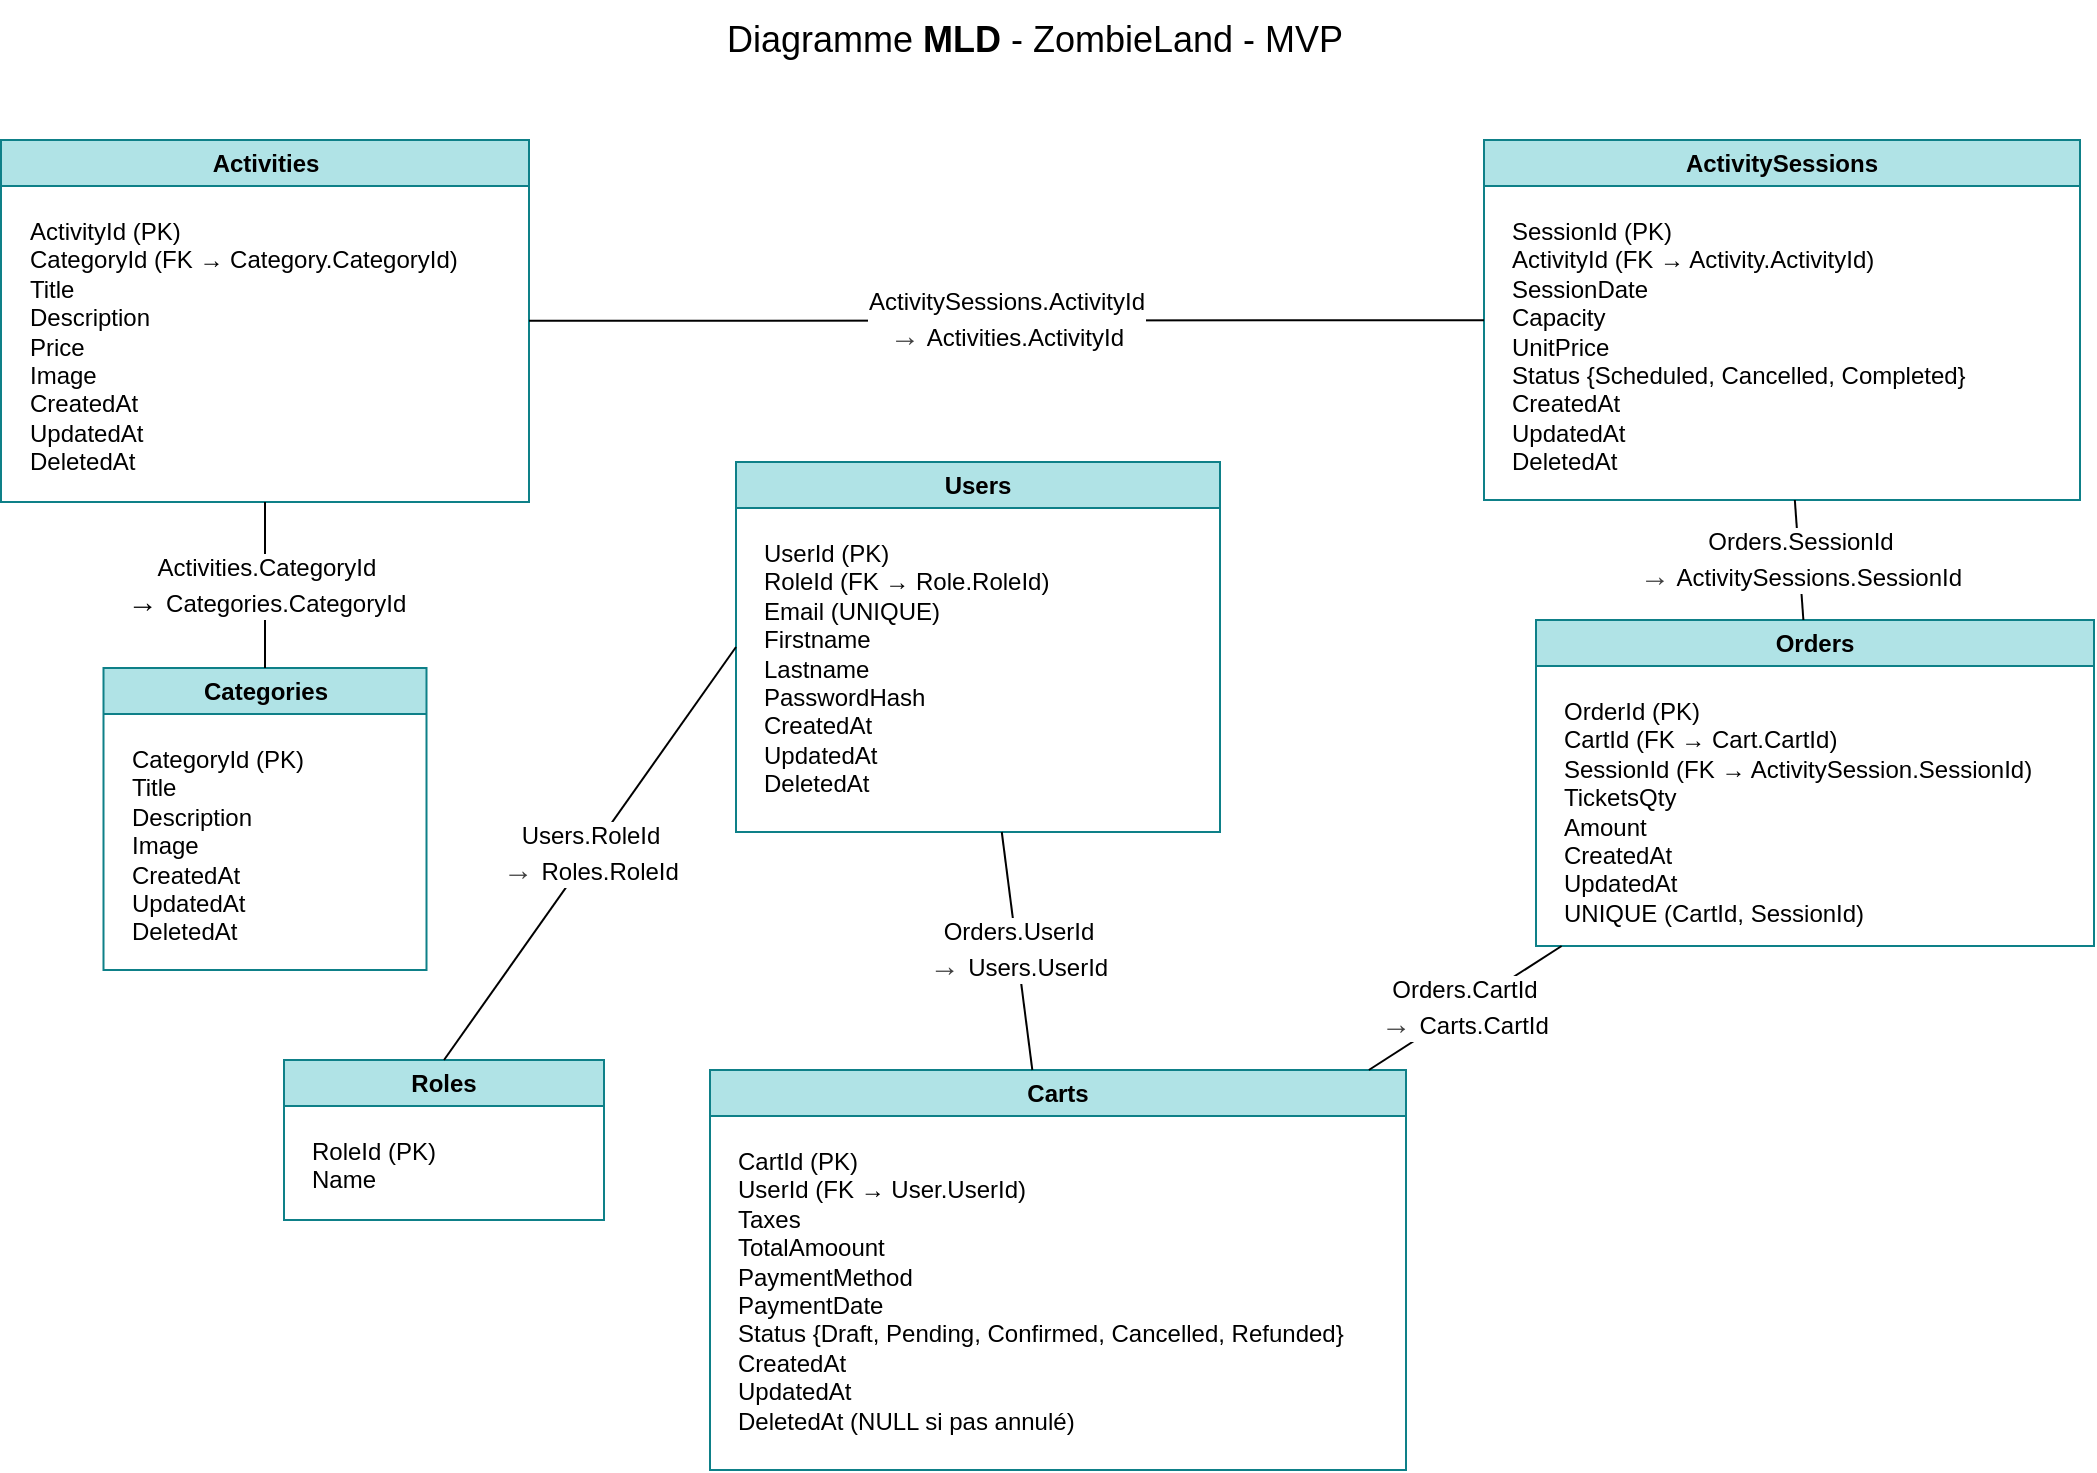
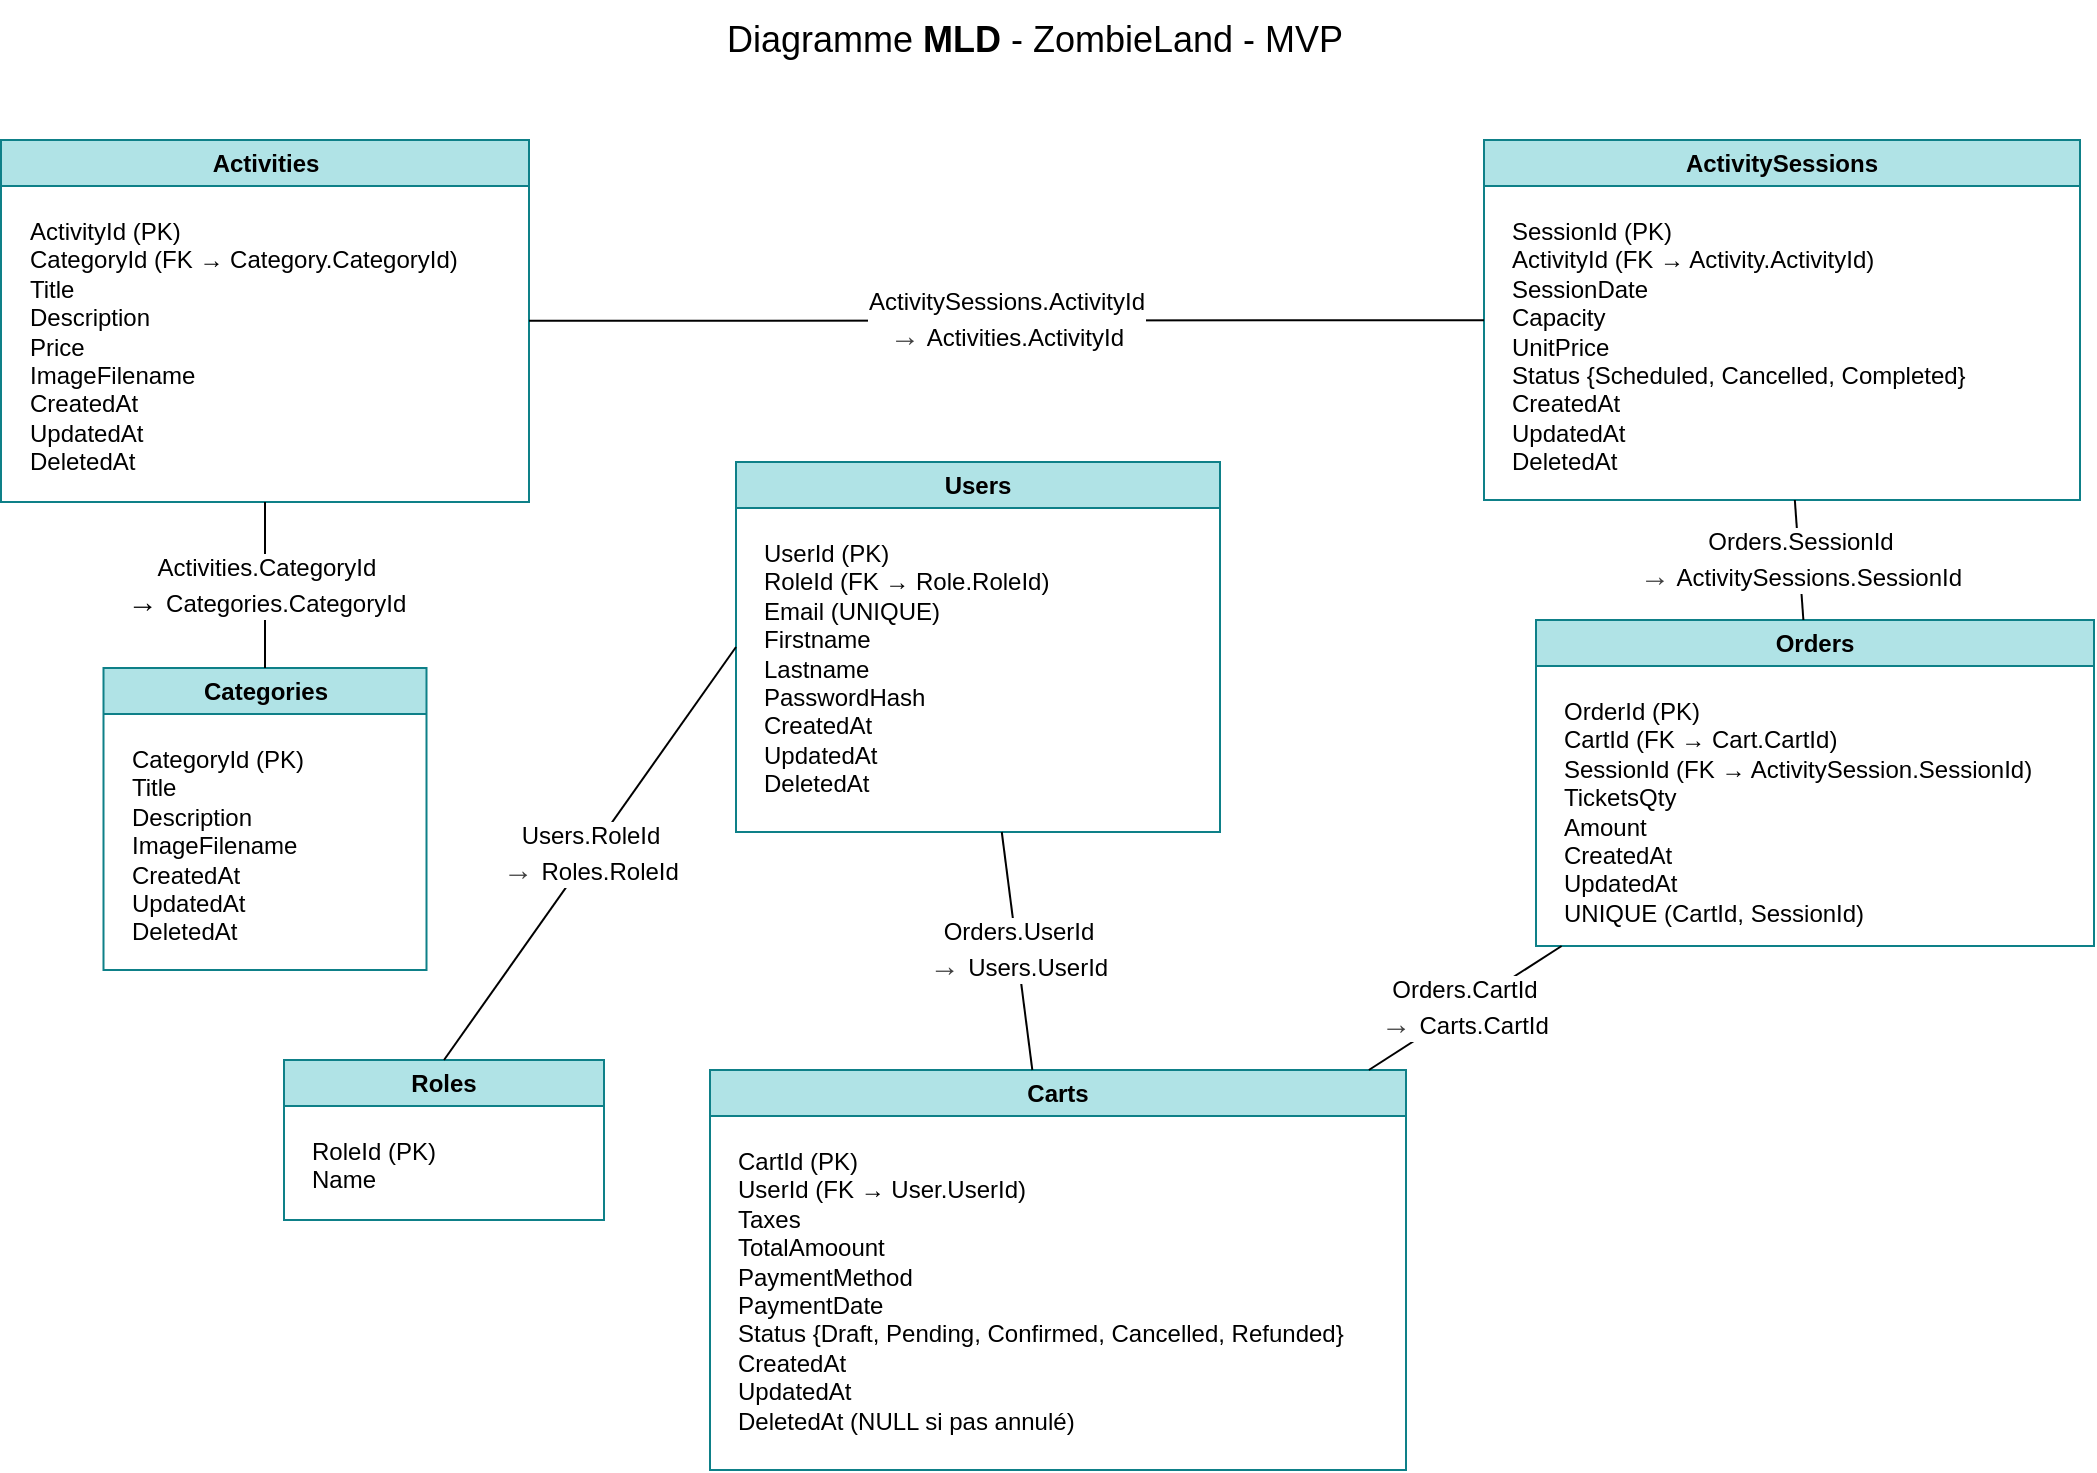
<mxfile host="65bd71144e" scale="1.2" border="20">
    <diagram id="fsbzk8zL0QScQSCVCOah" name="Page-1">
-         <mxGraphModel dx="1631" dy="793" grid="0" gridSize="10" guides="1" tooltips="1" connect="1" arrows="1" fold="1" page="1" pageScale="1" pageWidth="1169" pageHeight="827" background="#ffffff" math="0" shadow="0">
+         <mxGraphModel dx="1162" dy="922" grid="0" gridSize="10" guides="1" tooltips="1" connect="1" arrows="1" fold="1" page="1" pageScale="1" pageWidth="1169" pageHeight="827" background="#ffffff" math="0" shadow="0">
            <root>
                <mxCell id="0"/>
                <mxCell id="1" parent="0"/>
                <mxCell id="t0" value="&lt;span style=&quot;font-weight: normal;&quot;&gt;Diagramme &lt;/span&gt;MLD &lt;span style=&quot;font-weight: normal;&quot;&gt;- ZombieLand - MVP&lt;/span&gt;" style="text;strokeColor=none;fillColor=none;html=1;fontSize=18;fontStyle=1;verticalAlign=middle;align=center;fontColor=#000000;fontFamily=Helvetica;" parent="1" vertex="1">
                    <mxGeometry x="360" y="40" width="450" height="40" as="geometry"/>
                </mxCell>
                <mxCell id="c_tbl" value="Categories" style="swimlane;whiteSpace=wrap;html=1;fillColor=#b0e3e6;shadow=0;rounded=0;swimlaneLine=1;fontStyle=1;fontSize=12;align=center;fontFamily=Helvetica;strokeColor=#0e8088;" parent="1" vertex="1">
                    <mxGeometry x="119.75" y="374" width="161.5" height="151" as="geometry"/>
                </mxCell>
-                 <mxCell id="c_cols" value="&lt;div&gt;&lt;font style=&quot;color: light-dark(rgb(0, 0, 0), rgb(0, 0, 0));&quot;&gt;CategoryId (PK)&lt;/font&gt;&lt;/div&gt;&lt;div&gt;&lt;font style=&quot;color: light-dark(rgb(0, 0, 0), rgb(0, 0, 0));&quot;&gt;Title&lt;/font&gt;&lt;/div&gt;&lt;div&gt;&lt;font style=&quot;color: light-dark(rgb(0, 0, 0), rgb(0, 0, 0));&quot;&gt;Description&lt;/font&gt;&lt;/div&gt;&lt;div&gt;&lt;font style=&quot;color: light-dark(rgb(0, 0, 0), rgb(0, 0, 0));&quot;&gt;Image&lt;/font&gt;&lt;/div&gt;&lt;div&gt;&lt;div style=&quot;color: rgb(63, 63, 63); scrollbar-color: rgb(226, 226, 226) rgb(251, 251, 251);&quot;&gt;&lt;font style=&quot;scrollbar-color: rgb(226, 226, 226) rgb(251, 251, 251); color: rgb(0, 0, 0);&quot;&gt;CreatedAt&amp;nbsp;&amp;nbsp;&lt;/font&gt;&lt;/div&gt;&lt;div style=&quot;color: rgb(63, 63, 63); scrollbar-color: rgb(226, 226, 226) rgb(251, 251, 251);&quot;&gt;&lt;font style=&quot;scrollbar-color: rgb(226, 226, 226) rgb(251, 251, 251); color: rgb(0, 0, 0);&quot;&gt;UpdatedAt&amp;nbsp;&amp;nbsp;&lt;/font&gt;&lt;/div&gt;&lt;div style=&quot;color: rgb(63, 63, 63); scrollbar-color: rgb(226, 226, 226) rgb(251, 251, 251);&quot;&gt;&lt;font style=&quot;scrollbar-color: rgb(226, 226, 226) rgb(251, 251, 251); color: rgb(0, 0, 0);&quot;&gt;DeletedAt&lt;/font&gt;&lt;/div&gt;&lt;/div&gt;" style="text;html=1;align=left;verticalAlign=top;resizable=0;points=[];autosize=1;strokeColor=none;fillColor=none;spacing=4;spacingTop=0;spacingLeft=0;horizontal=1;fontColor=#000000;fontSize=12;fontFamily=Helvetica;" parent="c_tbl" vertex="1">
+                 <mxCell id="c_cols" value="&lt;div&gt;&lt;font style=&quot;color: light-dark(rgb(0, 0, 0), rgb(0, 0, 0));&quot;&gt;CategoryId (PK)&lt;/font&gt;&lt;/div&gt;&lt;div&gt;&lt;font style=&quot;color: light-dark(rgb(0, 0, 0), rgb(0, 0, 0));&quot;&gt;Title&lt;/font&gt;&lt;/div&gt;&lt;div&gt;&lt;font style=&quot;color: light-dark(rgb(0, 0, 0), rgb(0, 0, 0));&quot;&gt;Description&lt;/font&gt;&lt;/div&gt;&lt;div&gt;&lt;span style=&quot;color: rgb(0, 0, 0);&quot;&gt;ImageFilename&lt;/span&gt;&lt;/div&gt;&lt;div&gt;&lt;div style=&quot;color: rgb(63, 63, 63); scrollbar-color: rgb(226, 226, 226) rgb(251, 251, 251);&quot;&gt;&lt;font style=&quot;scrollbar-color: rgb(226, 226, 226) rgb(251, 251, 251); color: rgb(0, 0, 0);&quot;&gt;CreatedAt&amp;nbsp;&amp;nbsp;&lt;/font&gt;&lt;/div&gt;&lt;div style=&quot;color: rgb(63, 63, 63); scrollbar-color: rgb(226, 226, 226) rgb(251, 251, 251);&quot;&gt;&lt;font style=&quot;scrollbar-color: rgb(226, 226, 226) rgb(251, 251, 251); color: rgb(0, 0, 0);&quot;&gt;UpdatedAt&amp;nbsp;&amp;nbsp;&lt;/font&gt;&lt;/div&gt;&lt;div style=&quot;color: rgb(63, 63, 63); scrollbar-color: rgb(226, 226, 226) rgb(251, 251, 251);&quot;&gt;&lt;font style=&quot;scrollbar-color: rgb(226, 226, 226) rgb(251, 251, 251); color: rgb(0, 0, 0);&quot;&gt;DeletedAt&lt;/font&gt;&lt;/div&gt;&lt;/div&gt;" style="text;html=1;align=left;verticalAlign=top;resizable=0;points=[];autosize=1;strokeColor=none;fillColor=none;spacing=4;spacingTop=0;spacingLeft=0;horizontal=1;fontColor=#000000;fontSize=12;fontFamily=Helvetica;" parent="c_tbl" vertex="1">
                    <mxGeometry x="10" y="30" width="106" height="115" as="geometry"/>
                </mxCell>
                <mxCell id="a_tbl" value="Activities" style="swimlane;whiteSpace=wrap;html=1;fillColor=#b0e3e6;shadow=0;rounded=0;swimlaneLine=1;fontStyle=1;fontSize=12;align=center;fontFamily=Helvetica;strokeColor=#0e8088;" parent="1" vertex="1">
                    <mxGeometry x="68.5" y="110" width="264" height="181" as="geometry"/>
                </mxCell>
-                 <mxCell id="a_cols" value="&lt;div&gt;&lt;font style=&quot;color: rgb(0, 0, 0);&quot;&gt;ActivityId (PK)&lt;/font&gt;&lt;/div&gt;&lt;div&gt;&lt;font style=&quot;color: rgb(0, 0, 0);&quot;&gt;CategoryId (FK → Category.CategoryId)&lt;/font&gt;&lt;/div&gt;&lt;div&gt;&lt;font style=&quot;color: rgb(0, 0, 0);&quot;&gt;Title&lt;/font&gt;&lt;/div&gt;&lt;div&gt;&lt;font style=&quot;color: rgb(0, 0, 0);&quot;&gt;Description&lt;/font&gt;&lt;/div&gt;&lt;div&gt;&lt;font style=&quot;color: rgb(0, 0, 0);&quot;&gt;Price&lt;/font&gt;&lt;/div&gt;&lt;div&gt;&lt;font style=&quot;color: rgb(0, 0, 0);&quot;&gt;Image&lt;/font&gt;&lt;/div&gt;&lt;div&gt;&lt;font style=&quot;color: rgb(0, 0, 0);&quot;&gt;CreatedAt&lt;/font&gt;&lt;/div&gt;&lt;div&gt;&lt;font style=&quot;color: rgb(0, 0, 0);&quot;&gt;UpdatedAt&lt;/font&gt;&lt;/div&gt;&lt;div&gt;&lt;font style=&quot;color: rgb(0, 0, 0);&quot;&gt;DeletedAt&lt;/font&gt;&lt;/div&gt;" style="text;html=1;align=left;verticalAlign=top;resizable=0;points=[];autosize=1;strokeColor=none;fillColor=none;spacing=4;spacingTop=0;spacingLeft=0;horizontal=1;fontColor=#000000;fontSize=12;fontFamily=Helvetica;" parent="a_tbl" vertex="1">
+                 <mxCell id="a_cols" value="&lt;div&gt;&lt;font style=&quot;color: rgb(0, 0, 0);&quot;&gt;ActivityId (PK)&lt;/font&gt;&lt;/div&gt;&lt;div&gt;&lt;font style=&quot;color: rgb(0, 0, 0);&quot;&gt;CategoryId (FK → Category.CategoryId)&lt;/font&gt;&lt;/div&gt;&lt;div&gt;&lt;font style=&quot;color: rgb(0, 0, 0);&quot;&gt;Title&lt;/font&gt;&lt;/div&gt;&lt;div&gt;&lt;font style=&quot;color: rgb(0, 0, 0);&quot;&gt;Description&lt;/font&gt;&lt;/div&gt;&lt;div&gt;&lt;font style=&quot;color: rgb(0, 0, 0);&quot;&gt;Price&lt;/font&gt;&lt;/div&gt;&lt;div&gt;&lt;font style=&quot;color: rgb(0, 0, 0);&quot;&gt;ImageFilename&lt;/font&gt;&lt;/div&gt;&lt;div&gt;&lt;font style=&quot;color: rgb(0, 0, 0);&quot;&gt;CreatedAt&lt;/font&gt;&lt;/div&gt;&lt;div&gt;&lt;font style=&quot;color: rgb(0, 0, 0);&quot;&gt;UpdatedAt&lt;/font&gt;&lt;/div&gt;&lt;div&gt;&lt;font style=&quot;color: rgb(0, 0, 0);&quot;&gt;DeletedAt&lt;/font&gt;&lt;/div&gt;" style="text;html=1;align=left;verticalAlign=top;resizable=0;points=[];autosize=1;strokeColor=none;fillColor=none;spacing=4;spacingTop=0;spacingLeft=0;horizontal=1;fontColor=#000000;fontSize=12;fontFamily=Helvetica;" parent="a_tbl" vertex="1">
                    <mxGeometry x="10" y="30" width="234" height="144" as="geometry"/>
                </mxCell>
                <mxCell id="s_tbl" value="ActivitySessions" style="swimlane;whiteSpace=wrap;html=1;fillColor=#b0e3e6;shadow=0;rounded=0;swimlaneLine=1;fontStyle=1;fontSize=12;align=center;fontFamily=Helvetica;strokeColor=#0e8088;" parent="1" vertex="1">
                    <mxGeometry x="810" y="110" width="298" height="180" as="geometry"/>
                </mxCell>
                <mxCell id="s_cols" value="&lt;div&gt;&lt;font color=&quot;#000000&quot;&gt;SessionId (PK)&lt;/font&gt;&lt;/div&gt;&lt;div&gt;&lt;font color=&quot;#000000&quot;&gt;ActivityId (FK → Activity.ActivityId)&lt;/font&gt;&lt;/div&gt;&lt;div&gt;&lt;font color=&quot;#000000&quot;&gt;SessionDate&lt;/font&gt;&lt;/div&gt;&lt;div&gt;&lt;font color=&quot;#000000&quot;&gt;Capacity&lt;/font&gt;&lt;/div&gt;&lt;div&gt;&lt;font color=&quot;#000000&quot;&gt;UnitPrice&lt;/font&gt;&lt;/div&gt;&lt;div&gt;&lt;font color=&quot;#000000&quot;&gt;Status {Scheduled, Cancelled, Completed}&lt;/font&gt;&lt;/div&gt;&lt;div&gt;&lt;div style=&quot;color: rgb(63, 63, 63); scrollbar-color: rgb(226, 226, 226) rgb(251, 251, 251);&quot;&gt;&lt;font style=&quot;scrollbar-color: rgb(226, 226, 226) rgb(251, 251, 251); color: rgb(0, 0, 0);&quot;&gt;CreatedAt&lt;/font&gt;&lt;/div&gt;&lt;div style=&quot;color: rgb(63, 63, 63); scrollbar-color: rgb(226, 226, 226) rgb(251, 251, 251);&quot;&gt;&lt;font style=&quot;scrollbar-color: rgb(226, 226, 226) rgb(251, 251, 251); color: rgb(0, 0, 0);&quot;&gt;UpdatedAt&lt;/font&gt;&lt;/div&gt;&lt;div style=&quot;color: rgb(63, 63, 63); scrollbar-color: rgb(226, 226, 226) rgb(251, 251, 251);&quot;&gt;&lt;font style=&quot;scrollbar-color: rgb(226, 226, 226) rgb(251, 251, 251); color: rgb(0, 0, 0);&quot;&gt;DeletedAt&lt;/font&gt;&lt;/div&gt;&lt;/div&gt;" style="text;html=1;align=left;verticalAlign=top;resizable=0;points=[];autosize=1;strokeColor=none;fillColor=none;spacing=4;spacingTop=0;spacingLeft=0;horizontal=1;fontColor=#000000;fontSize=12;fontFamily=Helvetica;" parent="s_tbl" vertex="1">
                    <mxGeometry x="10" y="30" width="247" height="144" as="geometry"/>
                </mxCell>
                <mxCell id="o_tbl" value="Carts" style="swimlane;whiteSpace=wrap;html=1;fillColor=#b0e3e6;shadow=0;rounded=0;swimlaneLine=1;fontStyle=1;fontSize=12;align=center;fontFamily=Helvetica;strokeColor=#0e8088;" parent="1" vertex="1">
                    <mxGeometry x="423" y="575" width="348" height="200" as="geometry"/>
                </mxCell>
                <mxCell id="o_cols" value="&lt;div&gt;&lt;font color=&quot;#000000&quot;&gt;CartId (PK)&lt;/font&gt;&lt;/div&gt;&lt;div&gt;&lt;font color=&quot;#000000&quot;&gt;UserId (FK → User.UserId)&lt;/font&gt;&lt;/div&gt;&lt;div&gt;&lt;span style=&quot;background-color: transparent;&quot;&gt;Taxes&lt;/span&gt;&lt;/div&gt;&lt;div&gt;&lt;font color=&quot;#000000&quot;&gt;TotalAmoount&lt;/font&gt;&lt;/div&gt;&lt;div&gt;&lt;font color=&quot;#000000&quot;&gt;PaymentMethod&lt;/font&gt;&lt;/div&gt;&lt;div&gt;&lt;font color=&quot;#000000&quot;&gt;PaymentDate&lt;/font&gt;&lt;/div&gt;&lt;div&gt;&lt;font color=&quot;#000000&quot;&gt;Status {Draft, Pending, Confirmed, Cancelled, Refunded}&lt;/font&gt;&lt;/div&gt;&lt;div&gt;&lt;font color=&quot;#000000&quot;&gt;CreatedAt&lt;/font&gt;&lt;/div&gt;&lt;div&gt;&lt;font color=&quot;#000000&quot;&gt;UpdatedAt&lt;/font&gt;&lt;/div&gt;&lt;div&gt;&lt;font color=&quot;#000000&quot;&gt;DeletedAt (NULL si pas annulé)&lt;/font&gt;&lt;/div&gt;" style="text;html=1;align=left;verticalAlign=top;resizable=0;points=[];autosize=1;strokeColor=none;fillColor=none;spacing=4;spacingTop=0;spacingLeft=0;horizontal=1;fontColor=#000000;fontSize=12;fontFamily=Helvetica;" parent="o_tbl" vertex="1">
                    <mxGeometry x="10" y="30" width="323" height="158" as="geometry"/>
                </mxCell>
                <mxCell id="ol_tbl" value="Orders" style="swimlane;whiteSpace=wrap;html=1;fillColor=#b0e3e6;shadow=0;rounded=0;swimlaneLine=1;fontStyle=1;fontSize=12;align=center;fontFamily=Helvetica;strokeColor=#0e8088;" parent="1" vertex="1">
                    <mxGeometry x="836" y="350" width="279" height="163" as="geometry"/>
                </mxCell>
                <mxCell id="ol_cols" value="&lt;div&gt;&lt;font color=&quot;#000000&quot;&gt;OrderId (PK)&lt;/font&gt;&lt;/div&gt;&lt;div&gt;&lt;font color=&quot;#000000&quot;&gt;CartId (FK → Cart.CartId)&lt;/font&gt;&lt;/div&gt;&lt;div&gt;&lt;font color=&quot;#000000&quot;&gt;SessionId (FK → ActivitySession.SessionId)&lt;/font&gt;&lt;/div&gt;&lt;div&gt;&lt;font color=&quot;#000000&quot;&gt;TicketsQty&lt;/font&gt;&lt;/div&gt;&lt;div&gt;&lt;font color=&quot;#000000&quot;&gt;Amount&lt;/font&gt;&lt;/div&gt;&lt;div&gt;&lt;font color=&quot;#000000&quot;&gt;CreatedAt&lt;/font&gt;&lt;/div&gt;&lt;div&gt;&lt;font color=&quot;#000000&quot;&gt;UpdatedAt&lt;/font&gt;&lt;/div&gt;&lt;div&gt;&lt;font color=&quot;#000000&quot;&gt;UNIQUE (CartId, SessionId)&lt;/font&gt;&lt;/div&gt;" style="text;html=1;align=left;verticalAlign=top;resizable=0;points=[];autosize=1;strokeColor=none;fillColor=none;spacing=4;spacingTop=0;spacingLeft=0;horizontal=1;fontColor=#000000;fontSize=12;fontFamily=Helvetica;" parent="ol_tbl" vertex="1">
                    <mxGeometry x="10" y="30" width="254" height="129" as="geometry"/>
                </mxCell>
                <mxCell id="e_act_cat" value="Activities.CategoryId &lt;br&gt;&lt;b&gt;&lt;font style=&quot;font-size: 15px;&quot;&gt;→ &lt;/font&gt;&lt;/b&gt;Categories.CategoryId" style="endArrow=none;html=1;strokeWidth=1;rounded=0;fontColor=#000000;fontFamily=Helvetica;fontSize=12;" parent="1" source="a_tbl" target="c_tbl" edge="1">
                    <mxGeometry relative="1" as="geometry">
                        <mxPoint x="401" y="430" as="sourcePoint"/>
                        <mxPoint x="361" y="480" as="targetPoint"/>
                    </mxGeometry>
                </mxCell>
                <mxCell id="e_sess_act" value="ActivitySessions.ActivityId &lt;br&gt;&lt;b style=&quot;color: rgb(63, 63, 63); scrollbar-color: rgb(226, 226, 226) rgb(251, 251, 251);&quot;&gt;&lt;font style=&quot;color: rgb(63, 63, 63); scrollbar-color: rgb(226, 226, 226) rgb(251, 251, 251); font-size: 15px;&quot;&gt;→&lt;/font&gt;&lt;/b&gt;&amp;nbsp;Activities.ActivityId" style="endArrow=none;html=1;strokeWidth=1;rounded=0;fontColor=#000000;fontFamily=Helvetica;fontSize=12;" parent="1" source="s_tbl" target="a_tbl" edge="1">
                    <mxGeometry relative="1" as="geometry">
                        <mxPoint x="791" y="350" as="sourcePoint"/>
                        <mxPoint x="741" y="390" as="targetPoint"/>
                    </mxGeometry>
                </mxCell>
                <mxCell id="e_ol_order" value="Orders.CartId&lt;br&gt;&lt;b style=&quot;color: rgb(63, 63, 63); scrollbar-color: rgb(226, 226, 226) rgb(251, 251, 251);&quot;&gt;&lt;font style=&quot;color: rgb(63, 63, 63); scrollbar-color: rgb(226, 226, 226) rgb(251, 251, 251); font-size: 15px;&quot;&gt;→&amp;nbsp;&lt;/font&gt;&lt;/b&gt;Carts.CartId" style="endArrow=none;html=1;strokeWidth=1;rounded=0;fontColor=#000000;fontFamily=Helvetica;fontSize=12;" parent="1" source="ol_tbl" target="o_tbl" edge="1">
                    <mxGeometry relative="1" as="geometry">
                        <mxPoint x="561" y="570" as="sourcePoint"/>
                        <mxPoint x="561" y="320" as="targetPoint"/>
                    </mxGeometry>
                </mxCell>
                <mxCell id="e_ol_sess" value="Orders.SessionId &lt;br&gt;&lt;b style=&quot;color: rgb(63, 63, 63); scrollbar-color: rgb(226, 226, 226) rgb(251, 251, 251);&quot;&gt;&lt;font style=&quot;color: rgb(63, 63, 63); scrollbar-color: rgb(226, 226, 226) rgb(251, 251, 251); font-size: 15px;&quot;&gt;→&lt;/font&gt;&lt;/b&gt;&amp;nbsp;ActivitySessions.SessionId" style="endArrow=none;html=1;strokeWidth=1;rounded=0;fontColor=#000000;fontFamily=Helvetica;fontSize=12;" parent="1" source="ol_tbl" target="s_tbl" edge="1">
                    <mxGeometry relative="1" as="geometry">
                        <mxPoint x="821" y="610" as="sourcePoint"/>
                        <mxPoint x="971" y="500" as="targetPoint"/>
                    </mxGeometry>
                </mxCell>
                <mxCell id="u_tbl" value="Users" style="swimlane;whiteSpace=wrap;html=1;fillColor=#b0e3e6;shadow=0;rounded=0;swimlaneLine=1;fontStyle=1;fontSize=12;align=center;fontFamily=Helvetica;strokeColor=#0e8088;" parent="1" vertex="1">
                    <mxGeometry x="436" y="271" width="242" height="185" as="geometry"/>
                </mxCell>
                <mxCell id="u_cols" value="UserId (PK) &amp;nbsp;&lt;br&gt;RoleId (FK → Role.RoleId) &amp;nbsp;&lt;br&gt;Email (UNIQUE) &amp;nbsp;&lt;br&gt;Firstname &amp;nbsp;&lt;br&gt;Lastname &amp;nbsp;&lt;br&gt;PasswordHash &amp;nbsp;&lt;br&gt;CreatedAt &amp;nbsp;&lt;br&gt;UpdatedAt &amp;nbsp;&lt;br&gt;DeletedAt" style="text;html=1;align=left;verticalAlign=top;resizable=0;points=[];autosize=1;strokeColor=none;fillColor=none;spacing=4;spacingTop=0;spacingLeft=0;horizontal=1;fontColor=#000000;fontSize=12;fontFamily=Helvetica;" parent="u_tbl" vertex="1">
                    <mxGeometry x="10" y="30" width="169" height="144" as="geometry"/>
                </mxCell>
                <mxCell id="e_order_user" value="Orders.UserId &lt;br&gt;&lt;b style=&quot;color: rgb(63, 63, 63); scrollbar-color: rgb(226, 226, 226) rgb(251, 251, 251);&quot;&gt;&lt;font style=&quot;color: rgb(63, 63, 63); scrollbar-color: rgb(226, 226, 226) rgb(251, 251, 251); font-size: 15px;&quot;&gt;→&amp;nbsp;&lt;/font&gt;&lt;/b&gt;Users.UserId" style="endArrow=none;html=1;strokeWidth=1;rounded=0;fontColor=#000000;fontFamily=Helvetica;fontSize=12;" parent="1" source="o_tbl" target="u_tbl" edge="1">
                    <mxGeometry relative="1" as="geometry">
                        <mxPoint x="291" y="480" as="sourcePoint"/>
                        <mxPoint x="111" y="480" as="targetPoint"/>
                    </mxGeometry>
                </mxCell>
                <mxCell id="2" value="Roles" style="swimlane;whiteSpace=wrap;html=1;fillColor=#b0e3e6;shadow=0;rounded=0;swimlaneLine=1;fontStyle=1;fontSize=12;align=center;fontFamily=Helvetica;strokeColor=#0e8088;" parent="1" vertex="1">
                    <mxGeometry x="210" y="570" width="160" height="80" as="geometry"/>
                </mxCell>
                <mxCell id="3" value="RoleId (PK) &amp;nbsp;&lt;br&gt;Name" style="text;html=1;align=left;verticalAlign=top;resizable=0;points=[];autosize=1;strokeColor=none;fillColor=none;spacing=4;spacingTop=0;spacingLeft=0;horizontal=1;fontColor=#000000;fontSize=12;fontFamily=Helvetica;" parent="2" vertex="1">
                    <mxGeometry x="10" y="30" width="89" height="43" as="geometry"/>
                </mxCell>
                <mxCell id="4" value="Users.RoleId &lt;br&gt;&lt;b style=&quot;color: rgb(63, 63, 63); scrollbar-color: rgb(226, 226, 226) rgb(251, 251, 251);&quot;&gt;&lt;font style=&quot;color: rgb(63, 63, 63); scrollbar-color: rgb(226, 226, 226) rgb(251, 251, 251); font-size: 15px;&quot;&gt;→&amp;nbsp;&lt;/font&gt;&lt;/b&gt;Roles.RoleId" style="endArrow=none;html=1;strokeWidth=1;rounded=0;exitX=0;exitY=0.5;exitDx=0;exitDy=0;entryX=0.5;entryY=0;entryDx=0;entryDy=0;fontColor=#000000;fontFamily=Helvetica;fontSize=12;" parent="1" source="u_tbl" target="2" edge="1">
                    <mxGeometry relative="1" as="geometry">
                        <mxPoint x="350" y="409" as="sourcePoint"/>
                        <mxPoint x="346" y="502" as="targetPoint"/>
                    </mxGeometry>
                </mxCell>
            </root>
        </mxGraphModel>
    </diagram>
</mxfile>